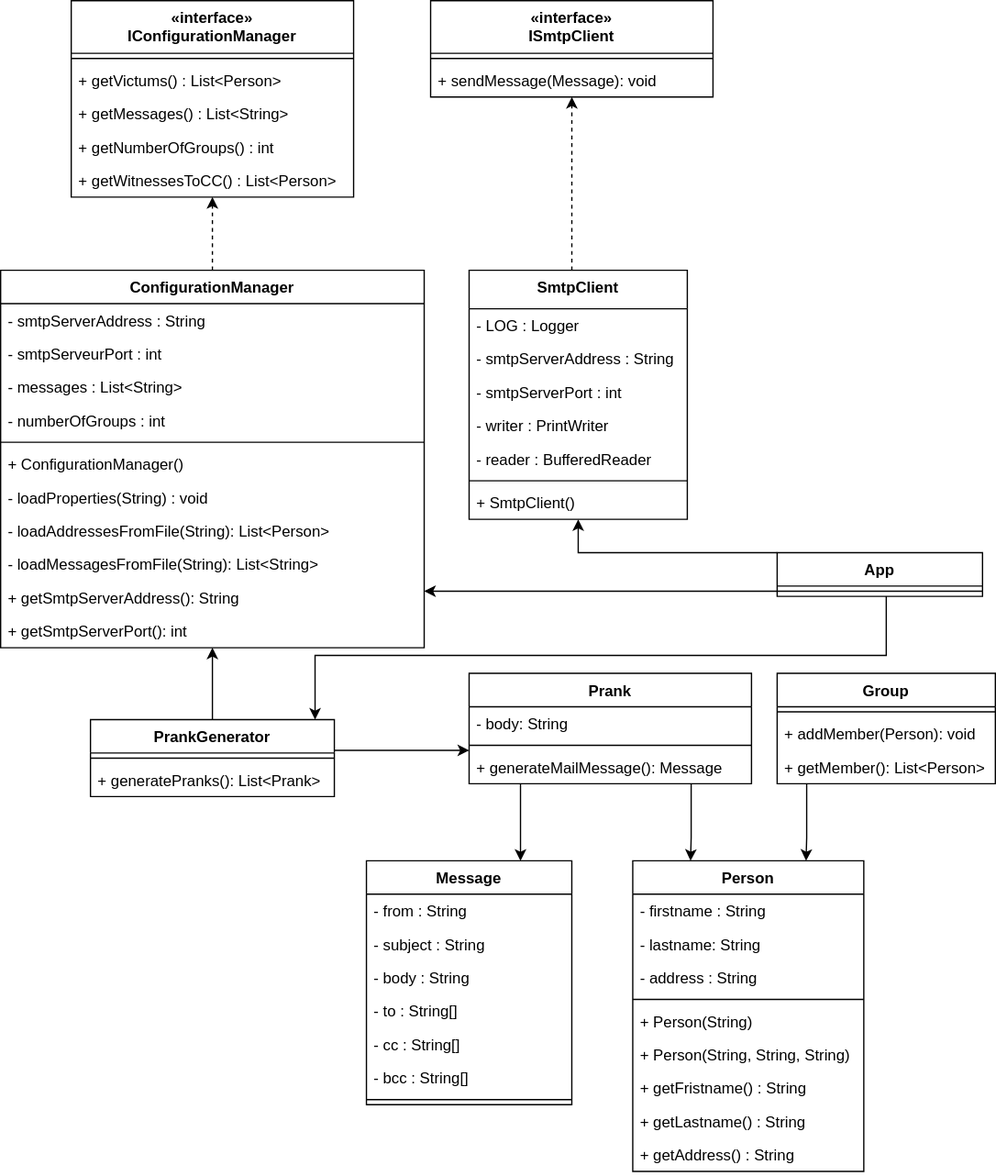
Above: figures/UML.svg in issolahma/Teaching-HEIGVD-RES-2021-Labo-SMTP (draw.io), before the change. Source tidied: cells renumbered, new cells last; positions are measured from the earlier drawing's top-left corner, leaving out a move shared by most shapes.
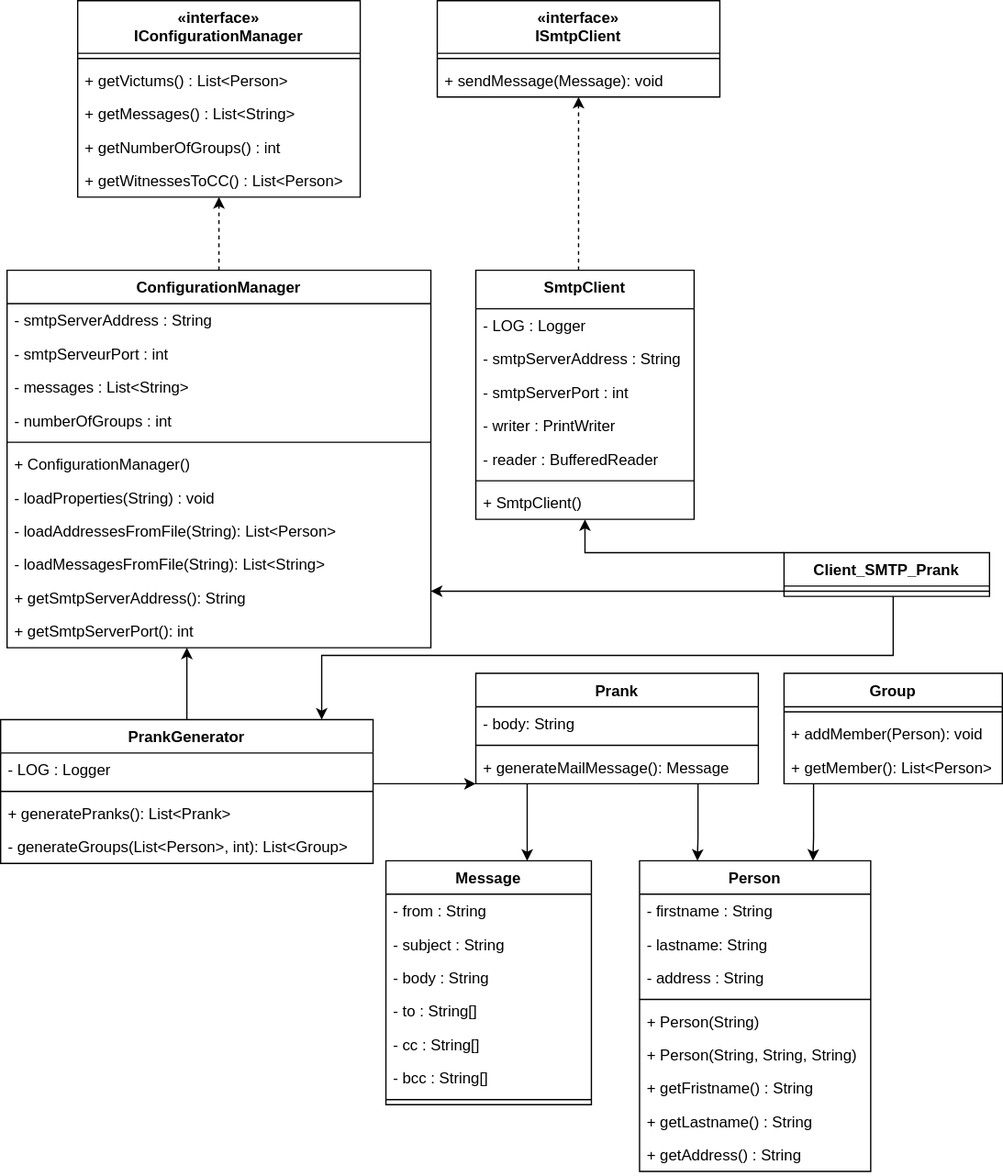
Above is the later version.

The edit, as a diff of the source:
```diff
@@ -61,7 +61,7 @@
       <mxGeometry y="60" width="170" height="26" as="geometry" />
     </mxCell>
     <mxCell id="20" value="Message" style="swimlane;fontStyle=1;align=center;verticalAlign=top;horizontal=1;startSize=26;" parent="1" vertex="1">
-      <mxGeometry x="285" y="670" width="160" height="190" as="geometry" />
+      <mxGeometry x="295" y="670" width="160" height="190" as="geometry" />
     </mxCell>
     <mxCell id="21" value="- from : String" style="text;strokeColor=none;fillColor=none;align=left;verticalAlign=top;spacingLeft=4;spacingRight=4;overflow=hidden;" parent="20" vertex="1">
       <mxGeometry y="26" width="160" height="26" as="geometry" />
@@ -142,7 +142,12 @@
       <mxGeometry y="60" width="220" height="26" as="geometry" />
     </mxCell>
     <mxCell id="44" style="edgeStyle=orthogonalEdgeStyle;rounded=0;jettySize=auto;html=1;exitX=0.5;exitY=0;exitDx=0;exitDy=0;fontColor=#000000;startSize=41;" parent="1" edge="1" source="46" target="3">
-      <mxGeometry relative="1" as="geometry" />
+      <mxGeometry relative="1" as="geometry">
+        <Array as="points">
+          <mxPoint x="140" y="532" />
+          <mxPoint x="140" y="532" />
+        </Array>
+      </mxGeometry>
     </mxCell>
     <mxCell id="45" style="edgeStyle=orthogonalEdgeStyle;rounded=0;jettySize=auto;html=1;fontColor=#000000;startSize=41;" parent="1" edge="1" source="46" target="40">
       <mxGeometry relative="1" as="geometry">
@@ -153,13 +158,19 @@
       </mxGeometry>
     </mxCell>
     <mxCell id="46" value="PrankGenerator" style="swimlane;fontStyle=1;align=center;verticalAlign=top;horizontal=1;startSize=26;" parent="1" vertex="1">
-      <mxGeometry x="70" y="560" width="190" height="60" as="geometry" />
+      <mxGeometry x="-5" y="560" width="290" height="112" as="geometry" />
     </mxCell>
+    <mxCell id="72" value="- LOG : Logger" style="text;strokeColor=none;fillColor=none;align=left;verticalAlign=top;spacingLeft=4;spacingRight=4;overflow=hidden;" parent="46" vertex="1">
+      <mxGeometry y="26" width="290" height="26" as="geometry" />
+    </mxCell>
     <mxCell id="47" style="line;strokeWidth=1;fillColor=none;align=left;verticalAlign=middle;spacingTop=-1;spacingLeft=3;spacingRight=3;labelPosition=right;" parent="46" vertex="1">
-      <mxGeometry y="26" width="190" height="8" as="geometry" />
+      <mxGeometry y="52" width="290" height="8" as="geometry" />
     </mxCell>
+    <mxCell id="73" value="+ generatePranks(): List&lt;Prank&gt;" style="text;strokeColor=none;fillColor=none;align=left;verticalAlign=top;spacingLeft=4;spacingRight=4;overflow=hidden;" parent="46" vertex="1">
+      <mxGeometry y="60" width="290" height="26" as="geometry" />
+    </mxCell>
-    <mxCell id="48" value="+ generatePranks(): List&lt;Prank&gt;" style="text;strokeColor=none;fillColor=none;align=left;verticalAlign=top;spacingLeft=4;spacingRight=4;overflow=hidden;" parent="46" vertex="1">
-      <mxGeometry y="34" width="190" height="26" as="geometry" />
+    <mxCell id="48" value="- generateGroups(List&lt;Person&gt;, int): List&lt;Group&gt;" style="text;strokeColor=none;fillColor=none;align=left;verticalAlign=top;spacingLeft=4;spacingRight=4;overflow=hidden;" parent="46" vertex="1">
+      <mxGeometry y="86" width="290" height="26" as="geometry" />
     </mxCell>
     <mxCell id="49" value="«interface»&#10;IConfigurationManager" style="swimlane;fontStyle=1;align=center;verticalAlign=top;horizontal=1;startSize=41;arcSize=15;" parent="1" vertex="1">
       <mxGeometry x="55" width="220" height="153" as="geometry" />
@@ -220,8 +231,9 @@
     <mxCell id="66" value="+ SmtpClient()" style="text;strokeColor=none;fillColor=none;align=left;verticalAlign=top;spacingLeft=4;spacingRight=4;overflow=hidden;" parent="59" vertex="1">
       <mxGeometry y="168" width="170" height="26" as="geometry" />
     </mxCell>
-    <mxCell id="67" style="edgeStyle=orthogonalEdgeStyle;rounded=0;jettySize=auto;html=1;entryX=0.921;entryY=0;entryDx=0;entryDy=0;entryPerimeter=0;fontColor=#000000;startSize=41;" parent="1" edge="1" source="70" target="46">
+    <mxCell id="67" style="edgeStyle=orthogonalEdgeStyle;rounded=0;jettySize=auto;html=1;fontColor=#000000;startSize=41;" parent="1" edge="1" source="70">
       <mxGeometry relative="1" as="geometry">
+        <mxPoint x="245" y="560" as="targetPoint" />
         <Array as="points">
           <mxPoint x="690" y="510" />
           <mxPoint x="245" y="510" />
@@ -243,7 +255,7 @@
         </Array>
       </mxGeometry>
     </mxCell>
-    <mxCell id="70" value="App" style="swimlane;fontStyle=1;align=center;verticalAlign=top;horizontal=1;startSize=26;fontColor=#000000;" parent="1" vertex="1">
+    <mxCell id="70" value="Client_SMTP_Prank" style="swimlane;fontStyle=1;align=center;verticalAlign=top;horizontal=1;startSize=26;fontColor=#000000;" parent="1" vertex="1">
       <mxGeometry x="605" y="430" width="160" height="34" as="geometry" />
     </mxCell>
     <mxCell id="71" style="line;strokeWidth=1;fillColor=none;align=left;verticalAlign=middle;spacingTop=-1;spacingLeft=3;spacingRight=3;labelPosition=right;" parent="70" vertex="1">
```
